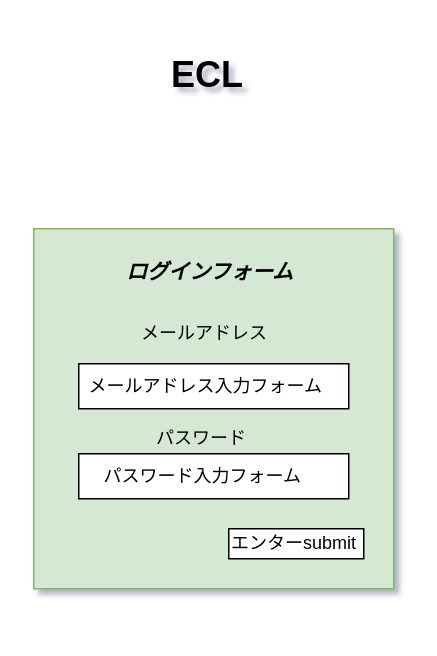
Above: ワイヤーフレーム/login.drawio in ecl11/ECL (draw.io), before the change. Source tidied: cells renumbered, new cells numbered last; positions are measured from the earlier drawing's top-left corner, leaving out a move shared by most shapes. Both pictures are drawn from the tidied source at 150%, with x=0, y=0 at pixel (33, 26).
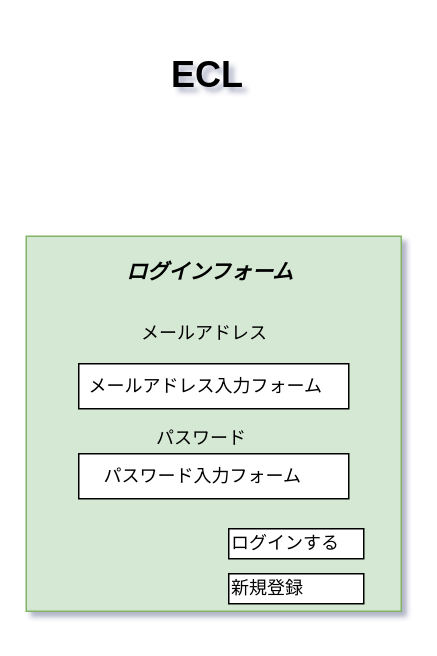
The same diagram, later.

Change to the diagram source:
```diff
@@
 <mxGraphModel background="#FFFFFF" shadow="1">
   <root>
     <mxCell id="0" />
     <mxCell id="1" parent="0" />
     <mxCell id="2" value="&lt;h1&gt;&lt;br&gt;&lt;/h1&gt;&lt;div&gt;&lt;br&gt;&lt;/div&gt;&lt;div&gt;&lt;br&gt;&lt;/div&gt;&lt;div&gt;&lt;br&gt;&lt;/div&gt;&lt;div&gt;&lt;br&gt;&lt;/div&gt;&lt;div&gt;&lt;br&gt;&lt;/div&gt;&lt;div&gt;&lt;br&gt;&lt;/div&gt;&lt;div&gt;&lt;br&gt;&lt;/div&gt;&lt;div&gt;&lt;br&gt;&lt;/div&gt;&lt;div&gt;&lt;br&gt;&lt;/div&gt;&lt;div&gt;&lt;br&gt;&lt;/div&gt;&lt;div&gt;&lt;br&gt;&lt;/div&gt;&lt;div&gt;&lt;br&gt;&lt;/div&gt;" style="whiteSpace=wrap;html=1;fillColor=#d5e8d4;strokeColor=#82b366;" parent="1" vertex="1">
-      <mxGeometry y="135" width="240" height="240" as="geometry" />
+      <mxGeometry x="-5" y="140" width="250" height="250" as="geometry" />
     </mxCell>
     <mxCell id="3" value="&lt;h3&gt;ログインフォーム&lt;/h3&gt;" style="text;html=1;fontStyle=3;align=left;fontFamily=Helvetica;" parent="1" vertex="1">
       <mxGeometry x="60" y="135" width="120" height="30" as="geometry" />
     </mxCell>
     <mxCell id="4" style="rounded=0;whiteSpace=wrap;html=1;fontFamily=Helvetica;align=left;" parent="1" vertex="1">
       <mxGeometry x="30" y="225" width="180" height="30" as="geometry" />
     </mxCell>
     <mxCell id="5" value="メールアドレス" style="text;html=1;align=left;verticalAlign=top;spacingTop=-4;fontFamily=Helvetica;" parent="1" vertex="1">
       <mxGeometry x="70" y="195" width="100" height="20" as="geometry" />
     </mxCell>
     <mxCell id="6" style="rounded=0;whiteSpace=wrap;html=1;fontFamily=Helvetica;align=left;" parent="1" vertex="1">
       <mxGeometry x="30" y="285" width="180" height="30" as="geometry" />
     </mxCell>
     <mxCell id="7" value="メールアドレス入力フォーム" style="text;html=1;align=left;verticalAlign=top;spacingTop=-4;fontFamily=Helvetica;" parent="1" vertex="1">
       <mxGeometry x="35" y="230" width="170" height="20" as="geometry" />
     </mxCell>
     <mxCell id="8" value="パスワード" style="text;html=1;align=left;verticalAlign=top;spacingTop=-4;fontFamily=Helvetica;" parent="1" vertex="1">
       <mxGeometry x="80" y="265" width="80" height="20" as="geometry" />
     </mxCell>
     <mxCell id="9" value="パスワード入力フォーム" style="text;html=1;align=left;verticalAlign=top;spacingTop=-4;fontFamily=Helvetica;" parent="1" vertex="1">
       <mxGeometry x="45" y="290" width="150" height="20" as="geometry" />
     </mxCell>
     <mxCell id="10" value="&lt;h1&gt;ECL&lt;/h1&gt;" style="text;html=1;align=left;verticalAlign=top;spacingTop=-4;fontFamily=Helvetica;strokeWidth=4;" parent="1" vertex="1">
       <mxGeometry x="90" width="60" height="50" as="geometry" />
     </mxCell>
     <mxCell id="11" style="rounded=0;whiteSpace=wrap;html=1;" parent="1" vertex="1">
       <mxGeometry x="130" y="335" width="90" height="20" as="geometry" />
     </mxCell>
-    <mxCell id="12" value="エンターsubmit" style="text;html=1;align=left;verticalAlign=top;spacingTop=-4;" parent="1" vertex="1">
-      <mxGeometry x="130" y="335" width="100" height="20" as="geometry" />
+    <mxCell id="12" value="ログインする" style="text;html=1;align=left;verticalAlign=top;spacingTop=-4;" parent="1" vertex="1">
+      <mxGeometry x="130" y="335" width="90" height="20" as="geometry" />
     </mxCell>
+    <mxCell id="13" style="rounded=0;whiteSpace=wrap;html=1;" parent="1" vertex="1">
+      <mxGeometry x="130" y="365" width="90" height="20" as="geometry" />
+    </mxCell>
+    <mxCell id="14" value="新規登録&lt;br&gt;&lt;br&gt;" style="text;html=1;align=left;verticalAlign=top;spacingTop=-4;" parent="1" vertex="1">
+      <mxGeometry x="130" y="365" width="60" height="30" as="geometry" />
+    </mxCell>
   </root>
 </mxGraphModel>
```
